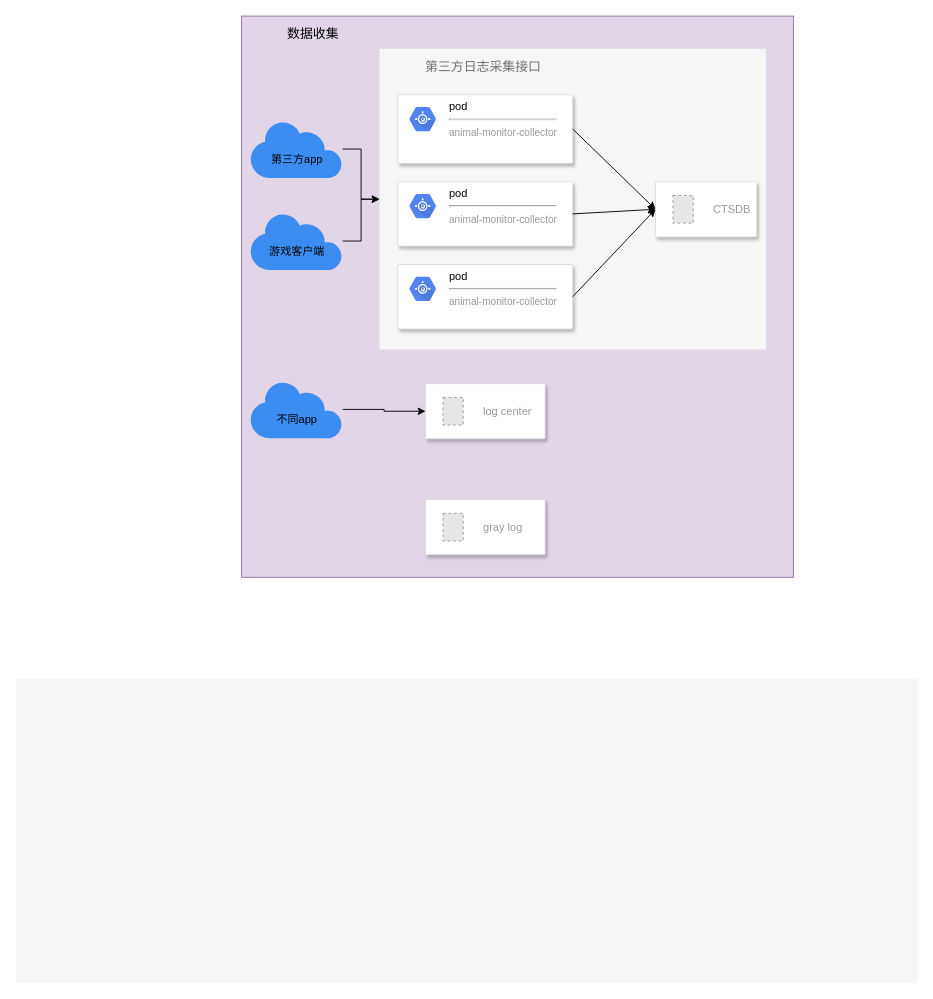
Before: page "Page-1" (1 of 2) of Untitled Diagram.drawio in upliftspice666/hello-world, a draw.io diagram. Source tidied: cells renumbered, new cells numbered last; positions are measured from the earlier drawing's top-left corner, leaving out a move shared by most shapes. Both pictures are drawn from the tidied source at 92%, with x=0, y=0 at pixel (16, 16). Pictures stored in the file or linked from it are replaced by grey dashed boxes.
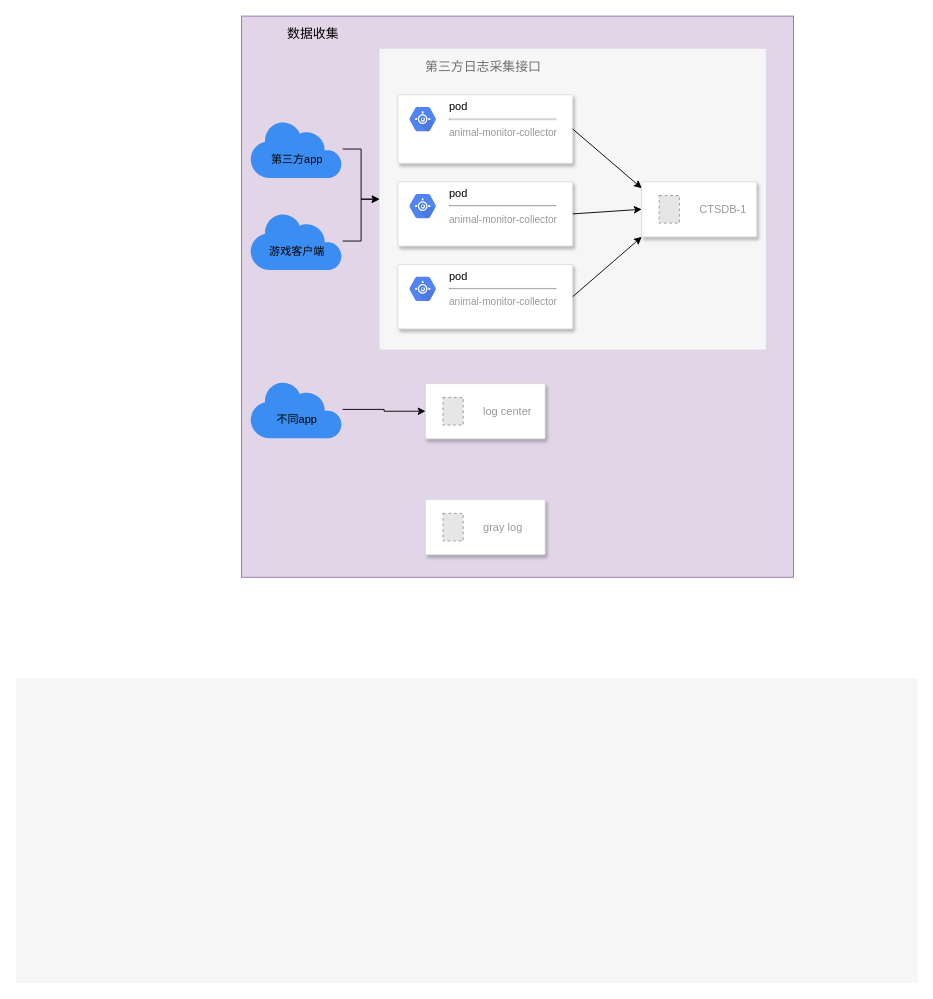
Above is the later version.

The change refers to these unchanged cells:
```xml
<mxCell id="5" style="strokeColor=#dddddd;fillColor=#ffffff;shadow=1;strokeWidth=1;rounded=1;absoluteArcSize=1;arcSize=2;fontSize=11;fontColor=#9E9E9E;align=center;html=1;" parent="1" vertex="1">
  <mxGeometry x="415" y="85.5" width="190" height="74.5" as="geometry" />
</mxCell>
<mxCell id="7" style="strokeColor=#dddddd;fillColor=#ffffff;shadow=1;strokeWidth=1;rounded=1;absoluteArcSize=1;arcSize=2;fontSize=11;fontColor=#9E9E9E;align=center;html=1;" parent="1" vertex="1">
  <mxGeometry x="415" y="270" width="190" height="70" as="geometry" />
</mxCell>
```

Change to the diagram source:
```diff
@@
     <mxCell id="11" style="strokeColor=#dddddd;shadow=1;strokeWidth=1;rounded=1;absoluteArcSize=1;arcSize=2;" parent="1" vertex="1">
-      <mxGeometry x="695" y="180" width="110" height="60" as="geometry" />
+      <mxGeometry x="680" y="180" width="125" height="60" as="geometry" />
     </mxCell>
-    <mxCell id="12" value="CTSDB" style="fillColor=#E6E6E6;strokeColor=#999999;dashed=1;fontColor=#999999;verticalLabelPosition=middle;labelBackgroundColor=#ffffff;verticalAlign=middle;labelPosition=right;align=left;spacingLeft=20;" parent="11" vertex="1">
+    <mxCell id="12" value="CTSDB-1" style="fillColor=#E6E6E6;strokeColor=#999999;dashed=1;fontColor=#999999;verticalLabelPosition=middle;labelBackgroundColor=#ffffff;verticalAlign=middle;labelPosition=right;align=left;spacingLeft=20;" parent="11" vertex="1">
       <mxGeometry width="22" height="30" relative="1" as="geometry">
         <mxPoint x="19" y="15" as="offset" />
       </mxGeometry>
     </mxCell>
-    <mxCell id="13" style="endArrow=classic;html=1;rounded=0;exitX=1;exitY=0.5;exitDx=0;exitDy=0;entryX=0;entryY=0.5;entryDx=0;entryDy=0;" parent="1" edge="1" source="5" target="11">
+    <mxCell id="13" style="endArrow=classic;html=1;rounded=0;exitX=1;exitY=0.5;exitDx=0;exitDy=0;entryX=0;entryY=0.117;entryDx=0;entryDy=0;entryPerimeter=0;" parent="1" edge="1" source="5" target="11">
       <mxGeometry relative="1" as="geometry" />
     </mxCell>
@@
-    <mxCell id="15" style="endArrow=classic;html=1;rounded=0;exitX=1;exitY=0.5;exitDx=0;exitDy=0;" parent="1" edge="1" source="7">
-      <mxGeometry relative="1" as="geometry">
-        <mxPoint x="695" y="210" as="targetPoint" />
-      </mxGeometry>
+    <mxCell id="15" style="endArrow=classic;html=1;rounded=0;exitX=1;exitY=0.5;exitDx=0;exitDy=0;entryX=0;entryY=1;entryDx=0;entryDy=0;" parent="1" edge="1" source="7" target="11">
+      <mxGeometry relative="1" as="geometry" />
     </mxCell>
```
